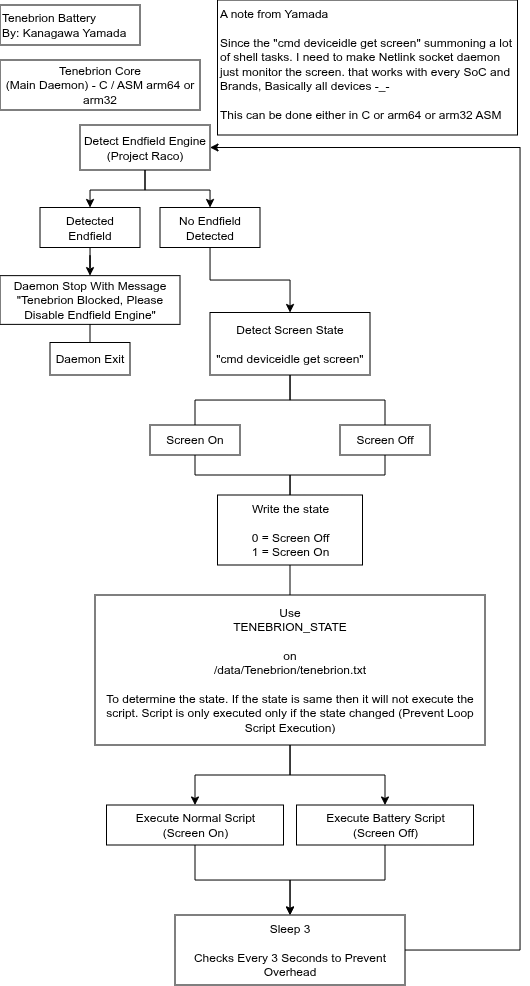
The draw.io diagram IMG & Concept/Concept ot Tenebrion.drawio.png in LoggingNewMemory/Tenebrion-Battery, before a commit. Source tidied: cells renumbered, new cells last; positions are measured from the earlier drawing's top-left corner, leaving out a move shared by most shapes.
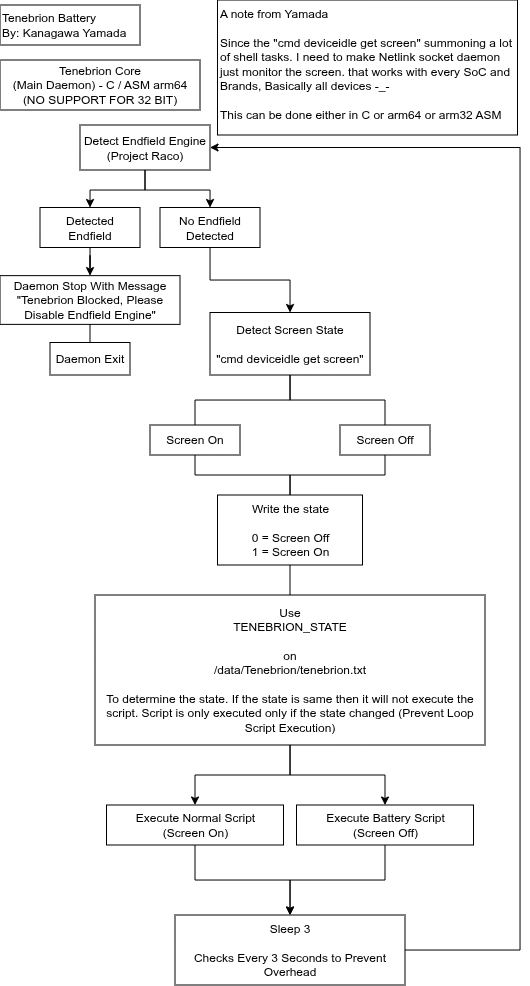
The same file after the commit.

Commit message:
Drop 32 bit support

Change to the diagram source:
```diff
@@ -5,7 +5,7 @@
     <mxCell id="2" value="Tenebrion Battery&lt;div&gt;By: Kanagawa Yamada&lt;/div&gt;" style="rounded=0;whiteSpace=wrap;html=1;align=left;" parent="1" vertex="1">
       <mxGeometry y="5" width="140" height="40" as="geometry" />
     </mxCell>
-    <mxCell id="3" value="Tenebrion Core&lt;div&gt;(Main Daemon) - C / ASM arm64 or arm32&lt;/div&gt;" style="rounded=0;whiteSpace=wrap;html=1;" parent="1" vertex="1">
+    <mxCell id="3" value="Tenebrion Core&lt;div&gt;(Main Daemon) - C / ASM arm64&lt;/div&gt;&lt;div&gt;(NO SUPPORT FOR 32 BIT)&lt;/div&gt;" style="rounded=0;whiteSpace=wrap;html=1;" parent="1" vertex="1">
       <mxGeometry y="60" width="200" height="50" as="geometry" />
     </mxCell>
     <mxCell id="4" style="edgeStyle=orthogonalEdgeStyle;rounded=0;jettySize=auto;html=1;endArrow=none;endFill=0;" parent="1" edge="1" source="6" target="18">
```
